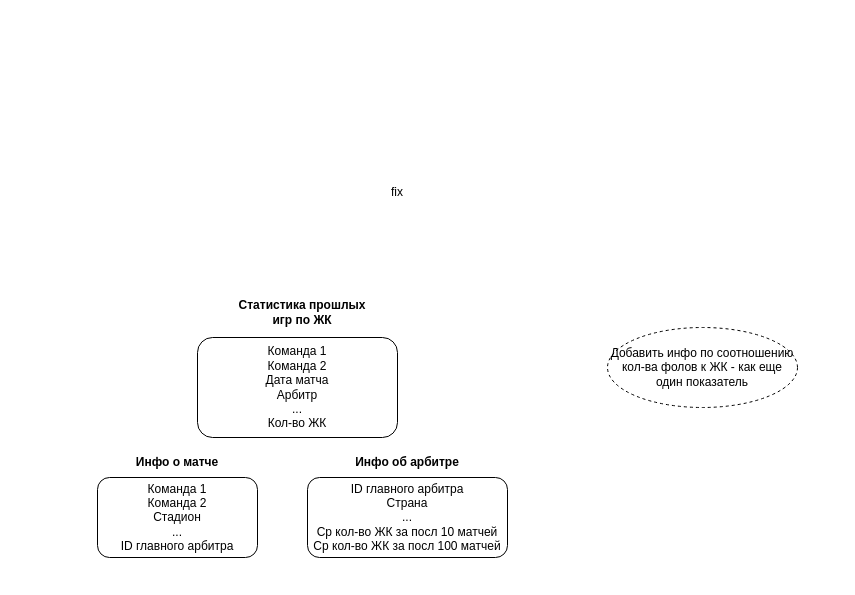
The draw.io diagram Schema101.drawio in Wi11iamWood/Project, before the edit. Source tidied: cells renumbered, new cells numbered last; positions are measured from the earlier drawing's top-left corner, leaving out a move shared by most shapes. Both pictures are drawn from the tidied source at 100%, with x=0, y=0 at pixel (97, 177).
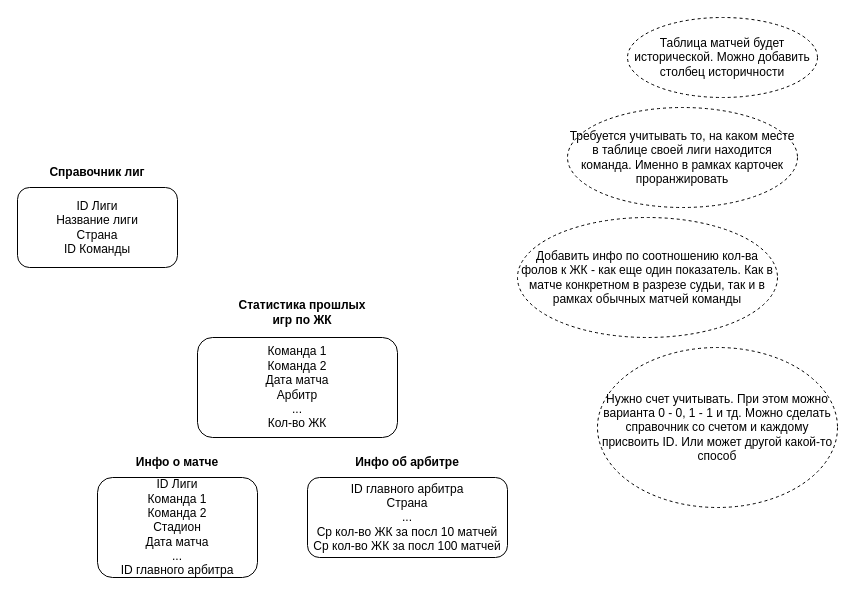
The same page after the edit.

Diff of the diagram source:
```diff
@@
 <mxGraphModel>
   <root>
     <mxCell id="0" />
     <mxCell id="1" parent="0" />
-    <mxCell id="2" value="Команда 1&lt;div&gt;Команда 2&lt;/div&gt;&lt;div&gt;Стадион&lt;/div&gt;&lt;div&gt;...&lt;/div&gt;&lt;div&gt;ID главного арбитра&lt;/div&gt;" style="rounded=1;whiteSpace=wrap;html=1;" parent="1" vertex="1">
-      <mxGeometry y="300" width="160" height="80" as="geometry" />
+    <mxCell id="2" value="&lt;div&gt;ID Лиги&lt;/div&gt;Команда 1&lt;div&gt;&lt;div&gt;Команда 2&lt;/div&gt;&lt;div&gt;Стадион&lt;/div&gt;&lt;div&gt;Дата матча&lt;/div&gt;&lt;div&gt;...&lt;/div&gt;&lt;div&gt;ID главного арбитра&lt;/div&gt;&lt;/div&gt;" style="rounded=1;whiteSpace=wrap;html=1;" parent="1" vertex="1">
+      <mxGeometry y="300" width="160" height="100" as="geometry" />
     </mxCell>
     <mxCell id="3" value="Инфо о матче" style="text;html=1;align=center;verticalAlign=middle;whiteSpace=wrap;rounded=0;fontStyle=1;" parent="1" vertex="1">
       <mxGeometry x="20" y="270" width="120" height="30" as="geometry" />
     </mxCell>
     <mxCell id="4" value="&lt;div&gt;ID главного арбитра&lt;/div&gt;&lt;div&gt;Страна&lt;/div&gt;&lt;div&gt;...&lt;/div&gt;&lt;div&gt;Ср кол-во ЖК за посл 10 матчей&lt;/div&gt;&lt;div&gt;&lt;div&gt;Ср кол-во ЖК за посл 100 матчей&lt;/div&gt;&lt;/div&gt;" style="rounded=1;whiteSpace=wrap;html=1;" parent="1" vertex="1">
       <mxGeometry x="210" y="300" width="200" height="80" as="geometry" />
     </mxCell>
     <mxCell id="5" value="Инфо об арбитре" style="text;html=1;align=center;verticalAlign=middle;whiteSpace=wrap;rounded=0;fontStyle=1;" parent="1" vertex="1">
       <mxGeometry x="250" y="270" width="120" height="30" as="geometry" />
     </mxCell>
-    <mxCell id="6" value="Добавить инфо по соотношению кол-ва фолов к ЖК - как еще один показатель" style="ellipse;whiteSpace=wrap;html=1;align=center;dashed=1;" parent="1" vertex="1">
-      <mxGeometry x="510" y="150" width="190" height="80" as="geometry" />
+    <mxCell id="6" value="Добавить инфо по соотношению кол-ва фолов к ЖК - как еще один показатель. Как в матче конкретном в разрезе судьи, так и в рамках обычных матчей команды" style="ellipse;whiteSpace=wrap;html=1;align=center;dashed=1;" parent="1" vertex="1">
+      <mxGeometry x="420" y="40" width="260" height="120" as="geometry" />
     </mxCell>
     <mxCell id="7" value="&lt;div&gt;Команда 1&lt;/div&gt;&lt;div&gt;Команда 2&lt;/div&gt;&lt;div&gt;Дата матча&lt;/div&gt;&lt;div&gt;Арбитр&lt;/div&gt;&lt;div&gt;...&lt;/div&gt;&lt;div&gt;Кол-во ЖК&lt;/div&gt;" style="rounded=1;whiteSpace=wrap;html=1;" parent="1" vertex="1">
       <mxGeometry x="100" y="160" width="200" height="100" as="geometry" />
     </mxCell>
     <mxCell id="8" value="Статистика прошлых игр по ЖК" style="text;html=1;align=center;verticalAlign=middle;whiteSpace=wrap;rounded=0;fontStyle=1;" parent="1" vertex="1">
       <mxGeometry x="140" y="120" width="130" height="30" as="geometry" />
     </mxCell>
-    <mxCell id="9" value="fix" style="text;html=1;align=center;verticalAlign=middle;whiteSpace=wrap;rounded=0;" parent="1" vertex="1">
-      <mxGeometry x="270" width="60" height="30" as="geometry" />
-    </mxCell>
+    <mxCell id="10" value="ID Лиги&lt;div&gt;Название лиги&lt;/div&gt;&lt;div&gt;Страна&lt;/div&gt;&lt;div&gt;ID Команды&lt;/div&gt;" style="rounded=1;whiteSpace=wrap;html=1;" parent="1" vertex="1">
+      <mxGeometry x="-80" y="10" width="160" height="80" as="geometry" />
+    </mxCell>
+    <mxCell id="11" value="Справочник лиг" style="text;html=1;align=center;verticalAlign=middle;whiteSpace=wrap;rounded=0;fontStyle=1;" parent="1" vertex="1">
+      <mxGeometry x="-60" y="-20" width="120" height="30" as="geometry" />
+    </mxCell>
+    <mxCell id="12" value="Таблица матчей будет исторической. Можно добавить столбец историчности" style="ellipse;whiteSpace=wrap;html=1;align=center;dashed=1;" parent="1" vertex="1">
+      <mxGeometry x="530" y="-160" width="190" height="80" as="geometry" />
+    </mxCell>
+    <mxCell id="13" value="Требуется учитывать то, на каком месте в таблице своей лиги находится команда. Именно в рамках карточек проранжировать" style="ellipse;whiteSpace=wrap;html=1;align=center;dashed=1;" parent="1" vertex="1">
+      <mxGeometry x="470" y="-70" width="230" height="100" as="geometry" />
+    </mxCell>
+    <mxCell id="14" value="Нужно счет учитывать. При этом можно варианта 0 - 0, 1 - 1 и тд. Можно сделать справочник со счетом и каждому присвоить ID. Или может другой какой-то способ" style="ellipse;whiteSpace=wrap;html=1;align=center;dashed=1;" parent="1" vertex="1">
+      <mxGeometry x="500" y="170" width="240" height="160" as="geometry" />
+    </mxCell>
   </root>
 </mxGraphModel>
```
